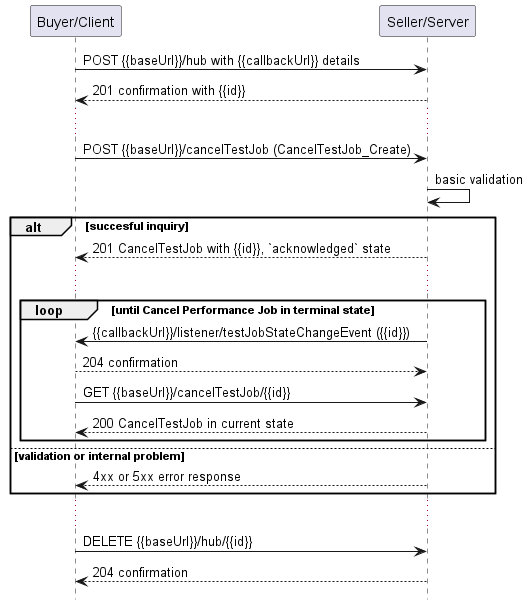
Earlier version of the PlantUML export documentation/serviceApi/sft/serviceTest/media/useCase13Notification.png (MEF-GIT/MEF-LSO-Legato-SDK). Its diagram source:
```plantuml
@startuml useCase13Notification

hide footbox

participant "Buyer/Client" as B
participant "Seller/Server" as S

B -> S: POST {{baseUrl}}/hub with {{callbackUrl}} details
S --> B: 201 confirmation with {{id}}
...
B -> S: POST {{baseUrl}}/cancelTestJob (CancelTestJob_Create)
S -> S: basic validation

alt succesful inquiry
  S --> B: 201 CancelTestJob with {{id}}, `acknowledged` state
  ...

  group loop [until Cancel Performance Job in terminal state]
      S -> B: {{callbackUrl}}/listener/testJobStateChangeEvent ({{id}})
      B --> S: 204 confirmation
      B -> S:   GET {{baseUrl}}/cancelTestJob/{{id}}
      return 200 CancelTestJob in current state
  end

else validation or internal problem
  S --> B : 4xx or 5xx error response
end

...

B -> S : DELETE {{baseUrl}}/hub/{{id}}
S --> B : 204 confirmation

@enduml
```
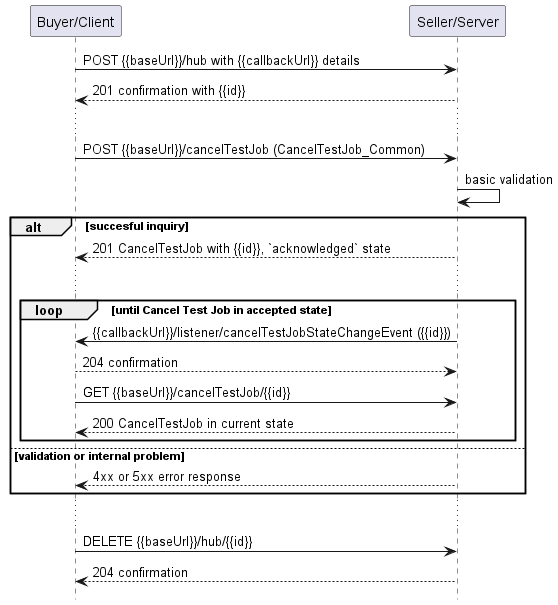
Above is the later version.

Change to the diagram source:
```diff
@@ -8,15 +8,15 @@
 B -> S: POST {{baseUrl}}/hub with {{callbackUrl}} details
 S --> B: 201 confirmation with {{id}}
 ...
-B -> S: POST {{baseUrl}}/cancelTestJob (CancelTestJob_Create)
+B -> S: POST {{baseUrl}}/cancelTestJob (CancelTestJob_Common)
 S -> S: basic validation
 
 alt succesful inquiry
   S --> B: 201 CancelTestJob with {{id}}, `acknowledged` state
   ...
 
-  group loop [until Cancel Performance Job in terminal state]
-      S -> B: {{callbackUrl}}/listener/testJobStateChangeEvent ({{id}})
+  group loop [until Cancel Test Job in accepted state]
+      S -> B: {{callbackUrl}}/listener/cancelTestJobStateChangeEvent ({{id}})
       B --> S: 204 confirmation
       B -> S:   GET {{baseUrl}}/cancelTestJob/{{id}}
       return 200 CancelTestJob in current state
```
